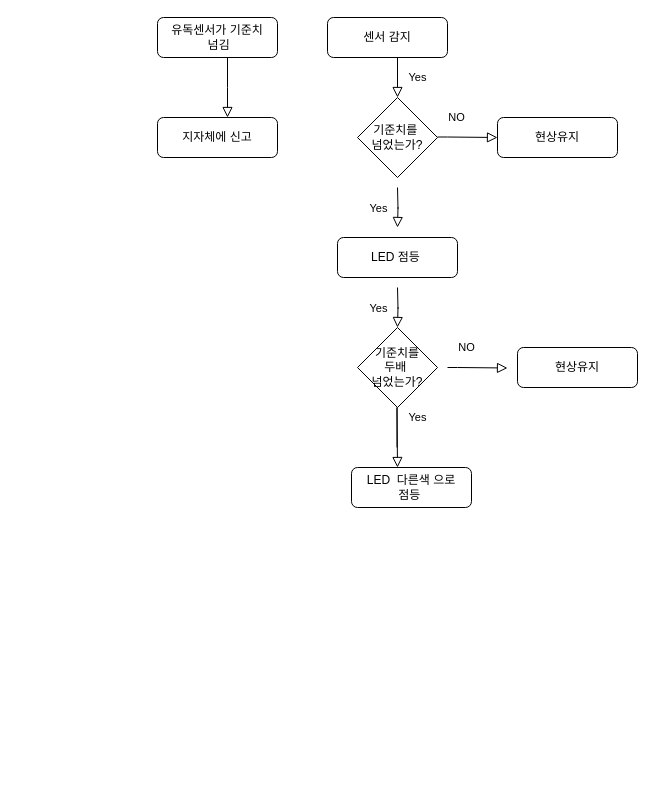
Earlier version of the draw.io diagram 맨홀 대기오염.drawio (soijeongg/diagram). Source tidied: cells renumbered, new cells numbered last; positions are measured from the earlier drawing's top-left corner, leaving out a move shared by most shapes. Both pictures are drawn from the tidied source at 100%, with x=0, y=0 at pixel (157, 17).
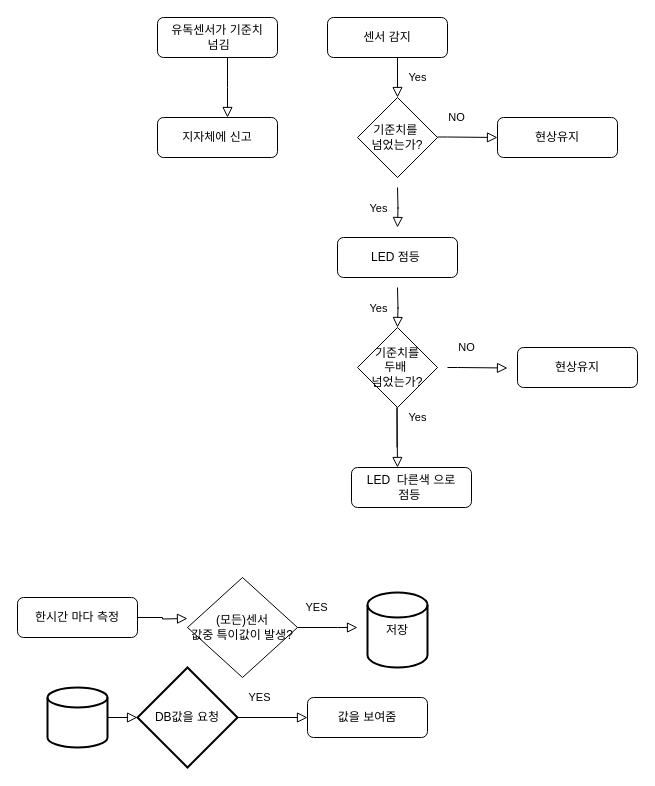
After the change.

Commit message (it also covers changes not shown here):
맨홀 대기오염.drawio 업데이트

The edit, as a diff of the source:
```diff
@@
+    <mxCell id="18" value="한시간 마다 측정" style="rounded=1;whiteSpace=wrap;html=1;fontSize=12;glass=0;strokeWidth=1;shadow=0;" parent="1" vertex="1">
+      <mxGeometry x="-140" y="580" width="120" height="40" as="geometry" />
+    </mxCell>
+    <mxCell id="19" style="rounded=0;html=1;jettySize=auto;fontSize=11;endArrow=block;endFill=0;endSize=8;strokeWidth=1;shadow=0;labelBackgroundColor=none;edgeStyle=orthogonalEdgeStyle;exitX=1;exitY=0.5;exitDx=0;exitDy=0;" parent="1" edge="1" source="18">
+      <mxGeometry x="-0.38" y="20" relative="1" as="geometry">
+        <mxPoint x="30" y="601" as="targetPoint" />
+      </mxGeometry>
+    </mxCell>
+    <mxCell id="20" value="(모든)센서&lt;br&gt;값중 특이값이 발생?" style="rhombus;whiteSpace=wrap;html=1;" parent="1" vertex="1">
+      <mxGeometry x="30" y="560" width="110" height="100" as="geometry" />
+    </mxCell>
+    <mxCell id="21" value="YES" style="rounded=0;html=1;jettySize=auto;fontSize=11;endArrow=block;endFill=0;endSize=8;strokeWidth=1;shadow=0;labelBackgroundColor=none;edgeStyle=orthogonalEdgeStyle;exitX=1;exitY=0.5;exitDx=0;exitDy=0;" parent="1" edge="1" source="20">
+      <mxGeometry x="-0.38" y="20" relative="1" as="geometry">
+        <mxPoint x="200" y="610" as="targetPoint" />
+        <Array as="points">
+          <mxPoint x="180" y="610" />
+          <mxPoint x="180" y="610" />
+        </Array>
+      </mxGeometry>
+    </mxCell>
+    <mxCell id="22" value="저장" style="strokeWidth=2;html=1;shape=mxgraph.flowchart.database;whiteSpace=wrap;" parent="1" vertex="1">
+      <mxGeometry x="210" y="575" width="60" height="75" as="geometry" />
+    </mxCell>
+    <mxCell id="23" style="strokeWidth=2;html=1;shape=mxgraph.flowchart.database;whiteSpace=wrap;" parent="1" vertex="1">
+      <mxGeometry x="-110" y="670" width="60" height="60" as="geometry" />
+    </mxCell>
+    <mxCell id="24" value="DB값을 요청" style="strokeWidth=2;html=1;shape=mxgraph.flowchart.decision;whiteSpace=wrap;" parent="1" vertex="1">
+      <mxGeometry x="-20" y="650" width="100" height="100" as="geometry" />
+    </mxCell>
+    <mxCell id="25" style="rounded=0;html=1;jettySize=auto;fontSize=11;endArrow=block;endFill=0;endSize=8;strokeWidth=1;shadow=0;labelBackgroundColor=none;edgeStyle=orthogonalEdgeStyle;exitX=1;exitY=0.5;exitDx=0;exitDy=0;exitPerimeter=0;" parent="1" edge="1" source="23" target="24">
+      <mxGeometry x="-0.38" y="20" relative="1" as="geometry" />
+    </mxCell>
+    <mxCell id="26" value="값을 보여줌" style="rounded=1;whiteSpace=wrap;html=1;fontSize=12;glass=0;strokeWidth=1;shadow=0;" parent="1" vertex="1">
+      <mxGeometry x="150" y="680" width="120" height="40" as="geometry" />
+    </mxCell>
+    <mxCell id="27" value="YES" style="rounded=0;html=1;jettySize=auto;fontSize=11;endArrow=block;endFill=0;endSize=8;strokeWidth=1;shadow=0;labelBackgroundColor=none;edgeStyle=orthogonalEdgeStyle;exitX=1;exitY=0.5;exitDx=0;exitDy=0;exitPerimeter=0;entryX=0;entryY=0.5;entryDx=0;entryDy=0;" parent="1" edge="1" source="24" target="26">
+      <mxGeometry x="-0.38" y="20" relative="1" as="geometry" />
+    </mxCell>
```
